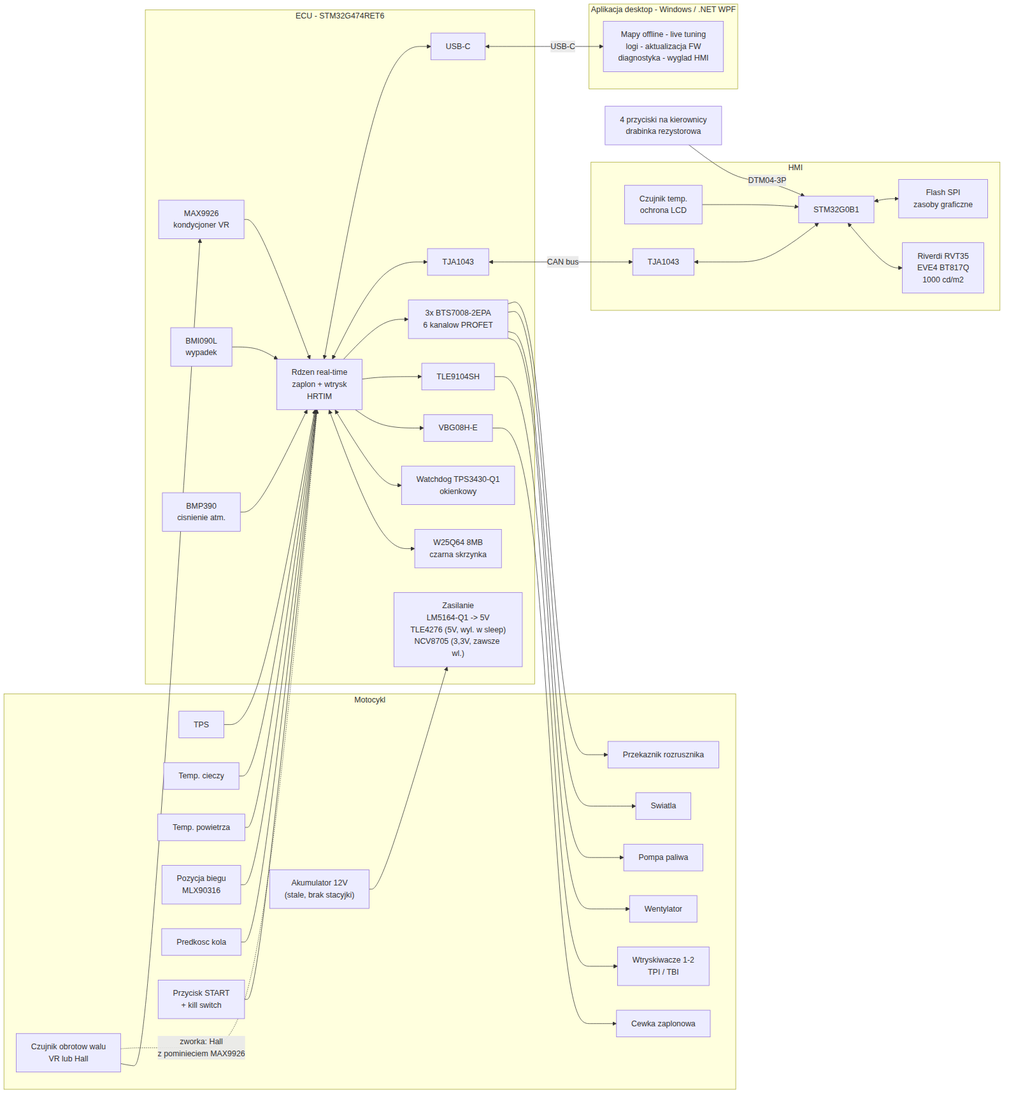
This is diagrams/architektura-systemu.png from DustWorx/DustONE-project-docs, a Mermaid export, as it was before one commit. Its source is kept beside it as diagrams/architektura-systemu.mermaid.
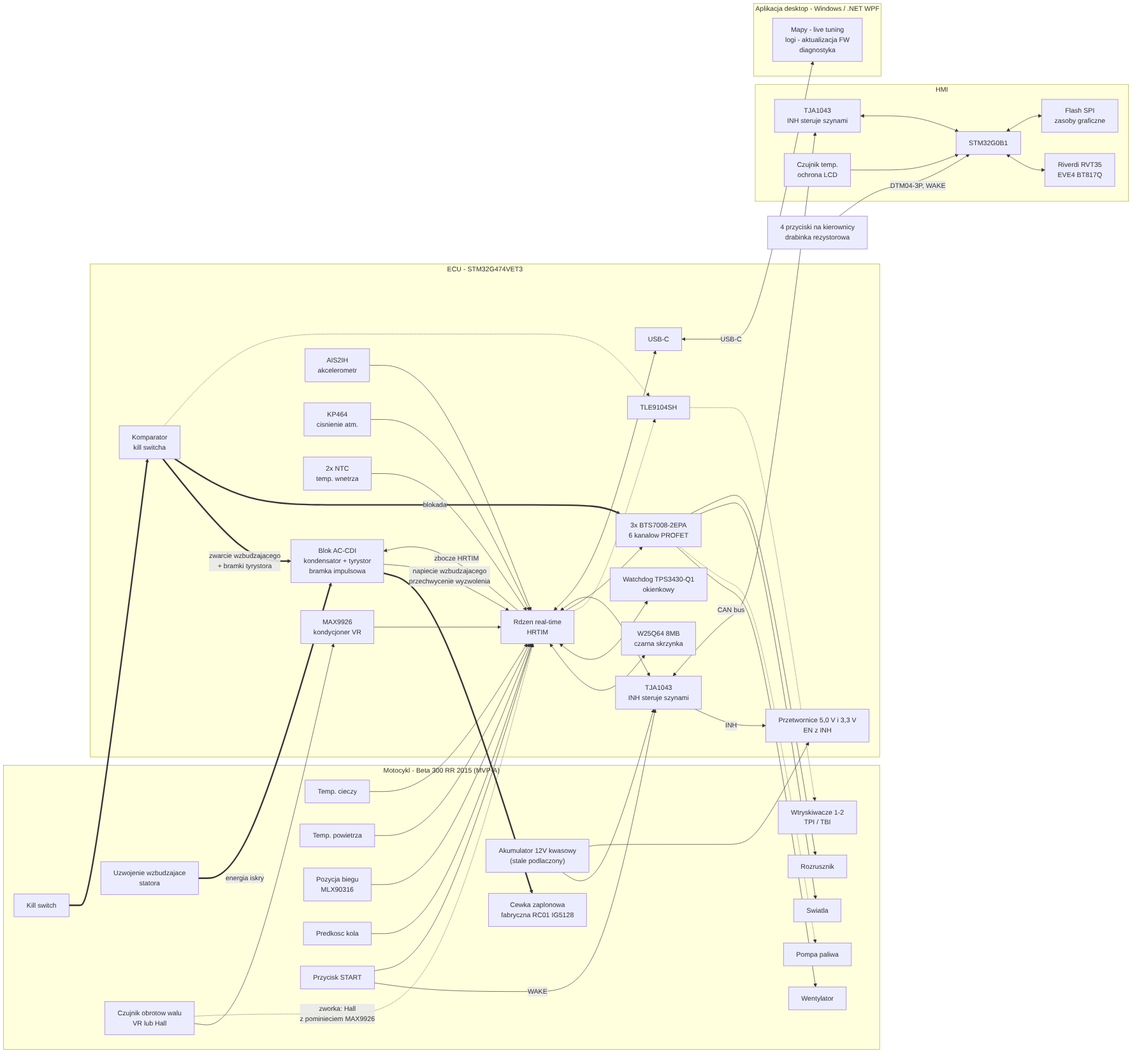
After the change.

Diff of the diagram source:
```diff
@@ -1,73 +1,87 @@
 
 flowchart LR
 
-    subgraph MOTO["Motocykl"]
-        BAT["Akumulator 12V<br/>(stale, brak stacyjki)"]
+    subgraph MOTO["Motocykl - Beta 300 RR 2015 (MVP-A)"]
+        BAT["Akumulator 12V kwasowy<br/>(stale podlaczony)"]
+        EXC["Uzwojenie wzbudzajace<br/>statora"]
         VR["Czujnik obrotow walu<br/>VR lub Hall"]
-        TPS["TPS"]
         TW["Temp. cieczy"]
         TA["Temp. powietrza"]
         GEAR["Pozycja biegu<br/>MLX90316"]
         WS["Predkosc kola"]
-        BTNM["Przycisk START<br/>+ kill switch"]
-        COIL["Cewka zaplonowa"]
+        BTNM["Przycisk START"]
+        KILL["Kill switch"]
+        COIL["Cewka zaplonowa<br/>fabryczna RC01 IG5128"]
         INJ["Wtryskiwacze 1-2<br/>TPI / TBI"]
         FAN["Wentylator"]
         PUMP["Pompa paliwa"]
         LIGHT["Swiatla"]
-        STR["Przekaznik rozrusznika"]
+        STR["Rozrusznik"]
     end
 
-    subgraph ECU["ECU - STM32G474RET6"]
-        PWR["Zasilanie<br/>LM5164-Q1 -> 5V<br/>TLE4276 (5V, wyl. w sleep)<br/>NCV8705 (3,3V, zawsze wl.)"]
+    subgraph ECU["ECU - STM32G474VET3"]
+        CAN1["TJA1043<br/>INH steruje szynami"]
+        PWR["Przetwornice 5,0 V i 3,3 V<br/>EN z INH"]
         COND["MAX9926<br/>kondycjoner VR"]
-        CORE["Rdzen real-time<br/>zaplon + wtrysk<br/>HRTIM"]
+        CORE["Rdzen real-time<br/>HRTIM"]
         WD["Watchdog TPS3430-Q1<br/>okienkowy"]
-        IMU["BMI090L<br/>wypadek"]
-        BARO["BMP390<br/>cisnienie atm."]
+        ACC["AIS2IH<br/>akcelerometr"]
+        BARO["KP464<br/>cisnienie atm."]
+        NTC["2x NTC<br/>temp. wnetrza"]
         NVM["W25Q64 8MB<br/>czarna skrzynka"]
+        CMP["Komparator<br/>kill switcha"]
+        CDI["Blok AC-CDI<br/>kondensator + tyrystor<br/>bramka impulsowa"]
         PROF["3x BTS7008-2EPA<br/>6 kanalow PROFET"]
-        IGN["VBG08H-E"]
         IDRV["TLE9104SH"]
-        CAN1["TJA1043"]
         USB["USB-C"]
     end
 
     subgraph HMIBOX["HMI"]
+        CAN2["TJA1043<br/>INH steruje szynami"]
         MCU2["STM32G0B1"]
-        EVE["Riverdi RVT35<br/>EVE4 BT817Q<br/>1000 cd/m2"]
+        EVE["Riverdi RVT35<br/>EVE4 BT817Q"]
         FL2["Flash SPI<br/>zasoby graficzne"]
         TEMP2["Czujnik temp.<br/>ochrona LCD"]
-        CAN2["TJA1043"]
     end
 
     BTNH["4 przyciski na kierownicy<br/>drabinka rezystorowa"]
 
     subgraph PC["Aplikacja desktop - Windows / .NET WPF"]
-        APP["Mapy offline - live tuning<br/>logi - aktualizacja FW<br/>diagnostyka - wyglad HMI"]
+        APP["Mapy - live tuning<br/>logi - aktualizacja FW<br/>diagnostyka"]
     end
 
+    BAT --> CAN1
+    CAN1 -->|"INH"| PWR
     BAT --> PWR
-    VR --> COND
-    COND --> CORE
+    BTNM -->|"WAKE"| CAN1
+    BTNM --> CORE
+
+    EXC ==>|"energia iskry"| CDI
+    CDI ==> COIL
+    CORE -->|"zbocze HRTIM"| CDI
+    CDI -->|"napiecie wzbudzajacego<br/>przechwycenie wyzwolenia"| CORE
+
+    KILL ==> CMP
+    CMP ==>|"zwarcie wzbudzajacego<br/>+ bramki tyrystora"| CDI
+    CMP ==>|"blokada"| PROF
+    CMP -.-> IDRV
+
+    VR --> COND --> CORE
     VR -.->|"zworka: Hall<br/>z pominieciem MAX9926"| CORE
-    TPS --> CORE
     TW --> CORE
     TA --> CORE
     GEAR --> CORE
     WS --> CORE
-    BTNM --> CORE
-
-    IMU --> CORE
+    ACC --> CORE
     BARO --> CORE
+    NTC --> CORE
     CORE <--> NVM
     CORE <--> WD
 
-    CORE --> IGN --> COIL
-    CORE --> IDRV --> INJ
+    CORE -.-> IDRV -.-> INJ
     CORE --> PROF
     PROF --> FAN
-    PROF --> PUMP
+    PROF -.-> PUMP
     PROF --> LIGHT
     PROF --> STR
 
@@ -77,7 +91,7 @@
     MCU2 <--> EVE
     MCU2 <--> FL2
     TEMP2 --> MCU2
-    BTNH -->|"DTM04-3P"| MCU2
+    BTNH -->|"DTM04-3P, WAKE"| MCU2
 
     CORE <--> USB
     USB <-->|"USB-C"| APP
```
